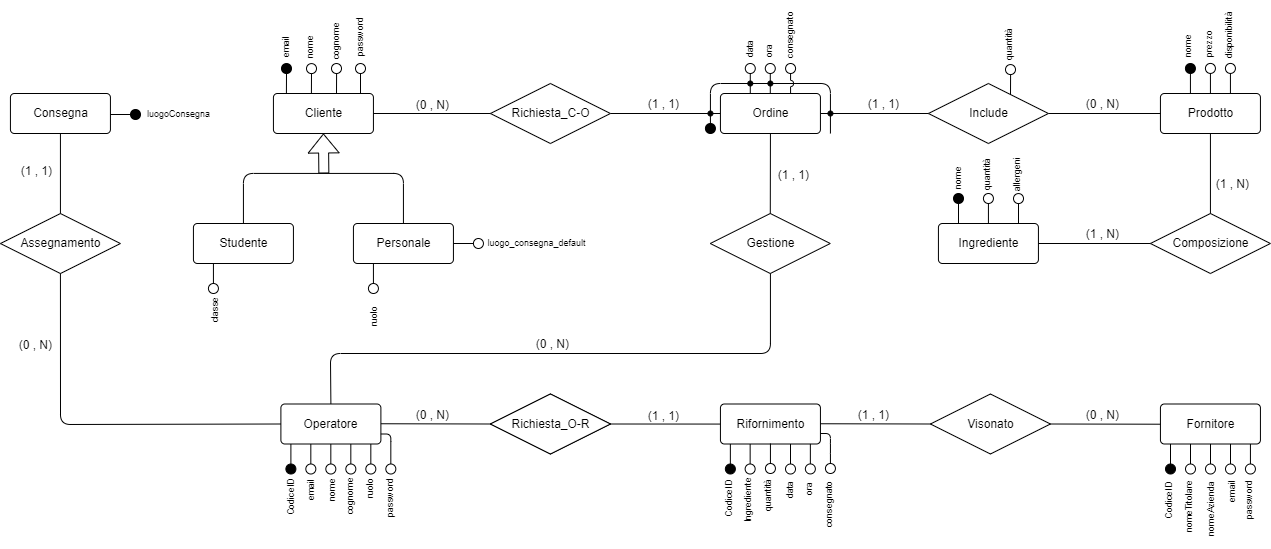
Earlier version of the draw.io export Schematics/Conceptual_model.drawio.png (Dani-Picciau/OwlBreak). Source tidied: cells renumbered, new cells last; positions are measured from the earlier drawing's top-left corner, leaving out a move shared by most shapes.
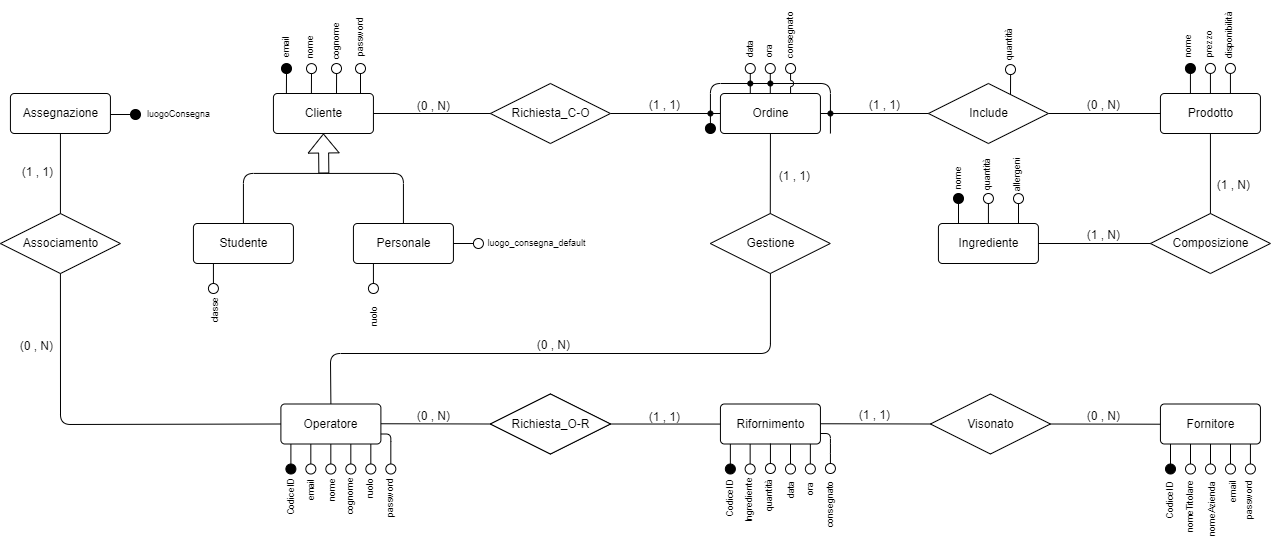
The same file after the commit.

Commit message:
consegna = assegnazione

What changed in the source:
```diff
@@ -680,10 +680,10 @@
     <mxCell id="175" style="ellipse;html=1;strokeWidth=1;rotation=-405;fillColor=none;rounded=0;labelBackgroundColor=default;fontColor=default;backgroundOutline=1;fillOpacity=100;strokeOpacity=100;labelBorderColor=none;" parent="173" vertex="1">
       <mxGeometry x="2.1" y="20" width="10" height="10" as="geometry" />
     </mxCell>
-    <mxCell id="176" value="Consegna" style="rounded=1;arcSize=10;html=1;align=center;labelBackgroundColor=default;fillColor=default;backgroundOutline=1;fillOpacity=100;strokeOpacity=100;fontColor=default;labelBorderColor=none;" parent="1" vertex="1">
+    <mxCell id="176" value="Assegnazione" style="rounded=1;arcSize=10;html=1;align=center;labelBackgroundColor=default;fillColor=default;backgroundOutline=1;fillOpacity=100;strokeOpacity=100;fontColor=default;labelBorderColor=none;" parent="1" vertex="1">
       <mxGeometry x="9.9" y="86" width="100" height="40" as="geometry" />
     </mxCell>
-    <mxCell id="177" value="Assegnamento" style="shape=rhombus;perimeter=rhombusPerimeter;html=1;align=center;rounded=0;labelBackgroundColor=default;fillColor=default;backgroundOutline=1;fillOpacity=100;strokeOpacity=100;fontColor=default;labelBorderColor=none;" parent="1" vertex="1">
+    <mxCell id="177" value="Associamento" style="shape=rhombus;perimeter=rhombusPerimeter;html=1;align=center;rounded=0;labelBackgroundColor=default;fillColor=default;backgroundOutline=1;fillOpacity=100;strokeOpacity=100;fontColor=default;labelBorderColor=none;" parent="1" vertex="1">
       <mxGeometry x="-0.1" y="206" width="120" height="60" as="geometry" />
     </mxCell>
     <mxCell id="178" style="endArrow=none;html=1;entryX=0.5;entryY=1;entryDx=0;entryDy=0;exitX=0.5;exitY=0;exitDx=0;exitDy=0;" parent="1" edge="1" source="177" target="176">
```
